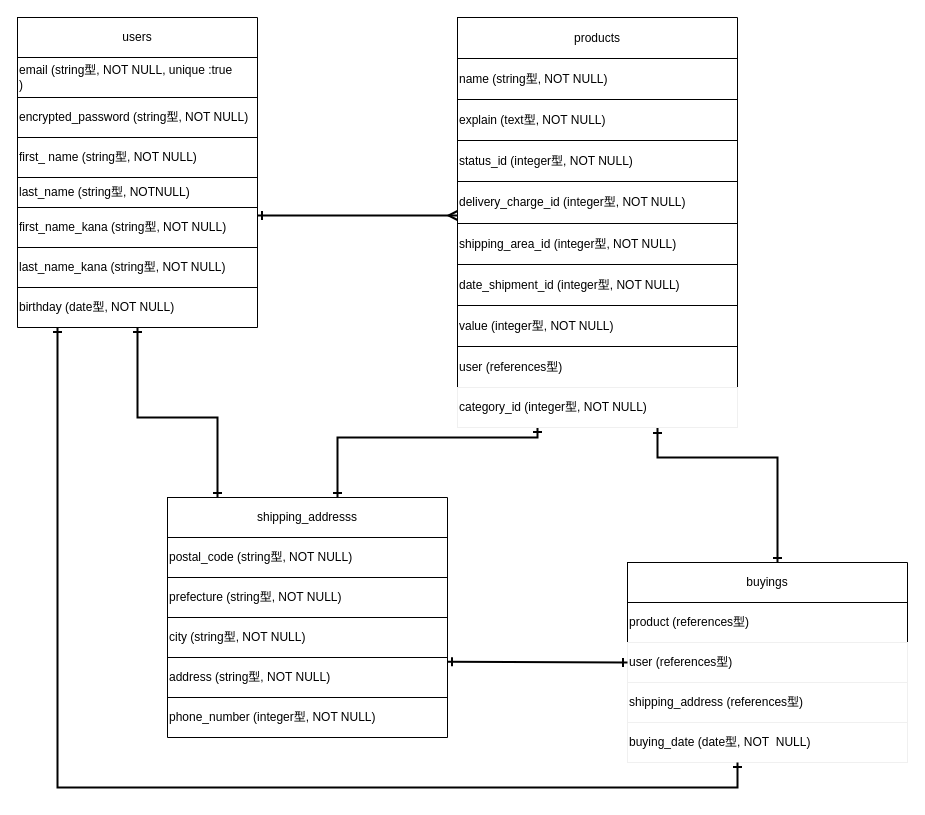
Minamida-Rei/furima-35705 keeps this draw.io diagram as ER.dio. Above is the earlier version. Source tidied: cells renumbered, new cells numbered last; positions are measured from the earlier drawing's top-left corner, leaving out a move shared by most shapes. Both pictures are drawn from the tidied source at 100%, with x=0, y=0 at pixel (17, 17).
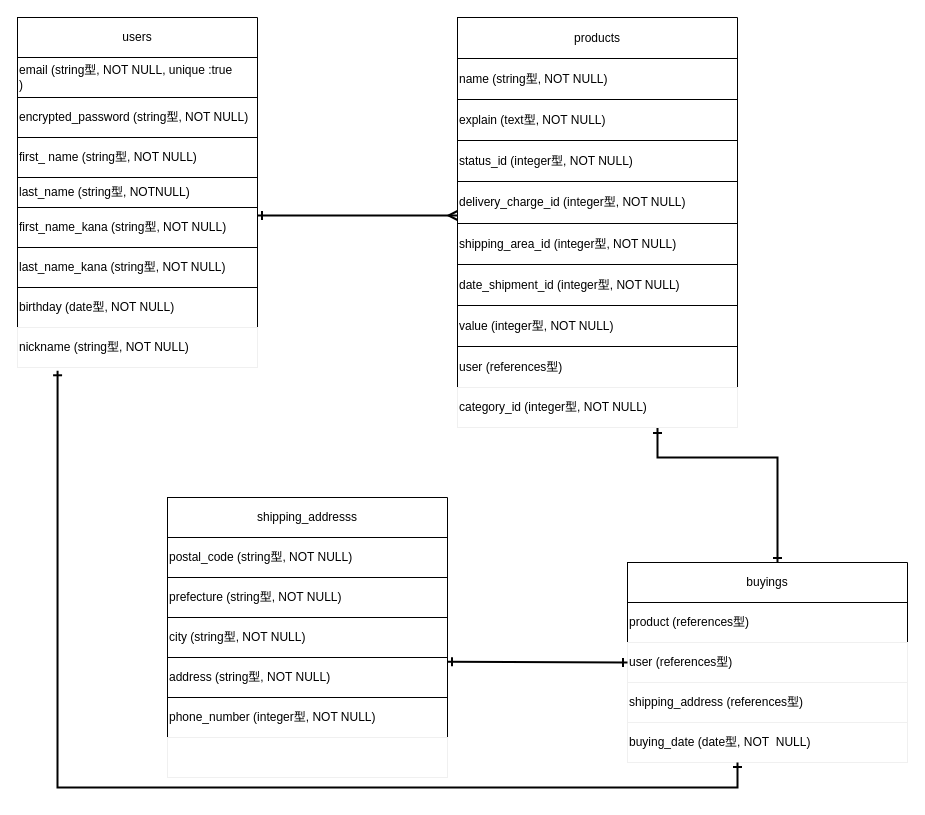
The same page after the edit.

Commit message (it also covers changes not shown here):
データベース設計の修正2

The edit, as a diff of the source:
```diff
@@
-    <mxCell id="59" style="endArrow=ERone;html=1;rounded=0;strokeWidth=2;fontSize=41;startArrow=ERone;startFill=0;endFill=0;" parent="1" edge="1">
-      <mxGeometry relative="1" as="geometry">
-        <mxPoint x="120" y="310" as="sourcePoint" />
-        <mxPoint x="200" y="480" as="targetPoint" />
-        <Array as="points">
-          <mxPoint x="120" y="400" />
-          <mxPoint x="200" y="400" />
-        </Array>
-      </mxGeometry>
-    </mxCell>
-    <mxCell id="60" style="endArrow=ERone;html=1;rounded=0;strokeWidth=2;fontSize=41;startArrow=ERone;startFill=0;endFill=0;" parent="1" edge="1">
-      <mxGeometry relative="1" as="geometry">
-        <mxPoint x="520" y="410" as="sourcePoint" />
-        <mxPoint x="320" y="480" as="targetPoint" />
-        <Array as="points">
-          <mxPoint x="520" y="420" />
-          <mxPoint x="320" y="420" />
-        </Array>
-      </mxGeometry>
-    </mxCell>
@@
-    <mxCell id="65" style="endArrow=ERone;html=1;rounded=0;strokeWidth=2;fontSize=12;startArrow=ERone;startFill=0;endFill=0;" parent="1" edge="1">
+    <mxCell id="65" style="endArrow=ERone;html=1;rounded=0;strokeWidth=2;fontSize=12;startArrow=ERone;startFill=0;endFill=0;exitX=0.167;exitY=1.082;exitDx=0;exitDy=0;exitPerimeter=0;" parent="1" edge="1" source="66">
       <mxGeometry relative="1" as="geometry">
-        <mxPoint x="40" y="310" as="sourcePoint" />
         <mxPoint x="720" y="745" as="targetPoint" />
         <Array as="points">
           <mxPoint x="40" y="770" />
           <mxPoint x="720" y="770" />
         </Array>
       </mxGeometry>
     </mxCell>
+    <mxCell id="66" value="nickname (string型, NOT NULL)" style="whiteSpace=wrap;html=1;strokeColor=#f0f0f0;fontSize=12;align=left;" parent="1" vertex="1">
+      <mxGeometry y="310" width="240" height="40" as="geometry" />
+    </mxCell>
+    <mxCell id="67" style="whiteSpace=wrap;html=1;strokeColor=#f0f0f0;fontSize=12;align=left;" parent="1" vertex="1">
+      <mxGeometry x="150" y="720" width="280" height="40" as="geometry" />
+    </mxCell>
```
